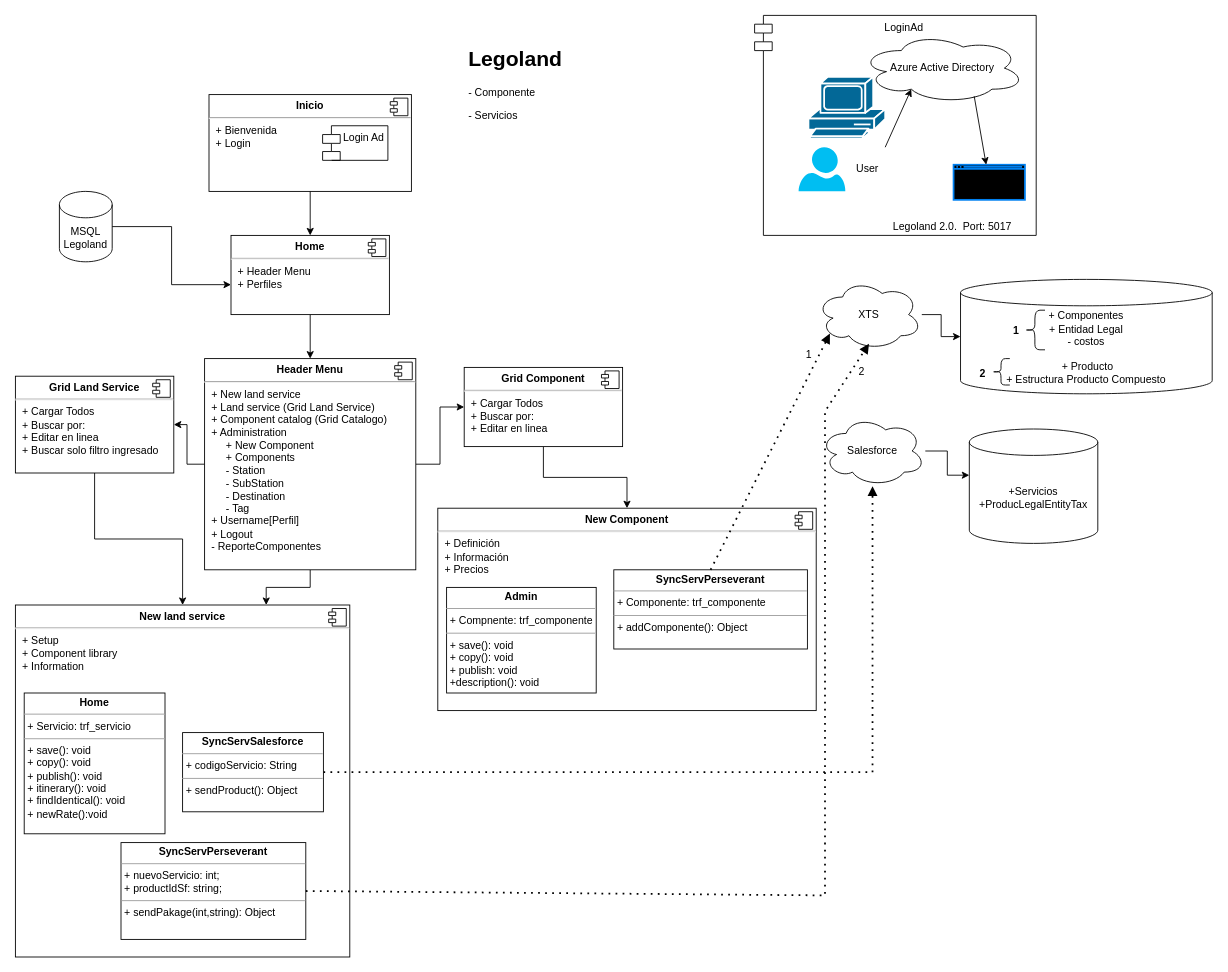
Above: Legoland2.drawio in TecladoZurdo/UML (draw.io), before the change. Source tidied: cells renumbered, new cells numbered last; positions are measured from the earlier drawing's top-left corner, leaving out a move shared by most shapes. Both pictures are drawn from the tidied source at 88%, with x=0, y=0 at pixel (15, 15).
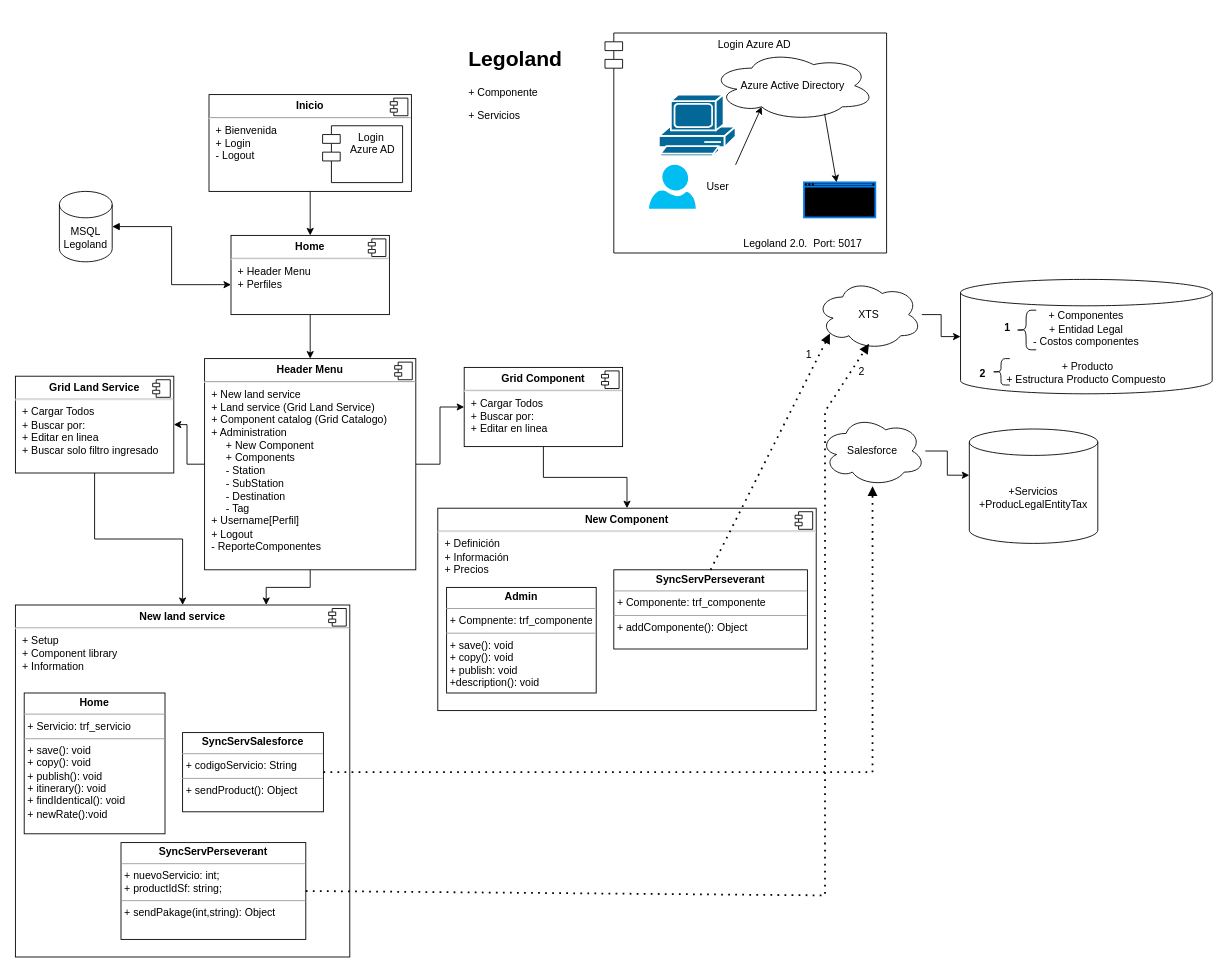
Above is the later version.

The change refers to these unchanged cells:
```xml
<mxCell id="2" value="MSQL&lt;br&gt;Legoland" style="shape=cylinder3;whiteSpace=wrap;html=1;boundedLbl=1;backgroundOutline=1;size=15;" parent="1" vertex="1">
  <mxGeometry x="50" y="200" width="60" height="80" as="geometry" />
</mxCell>
<mxCell id="3" style="group;" parent="1" vertex="1">
  <mxGeometry x="220" y="90" width="230" height="110" as="geometry" />
</mxCell>
<mxCell id="9" value="&lt;p style=&quot;margin:0px;margin-top:6px;text-align:center;&quot;&gt;&lt;b&gt;Home&lt;/b&gt;&lt;/p&gt;&lt;hr&gt;&lt;p style=&quot;margin:0px;margin-left:8px;&quot;&gt;+ Header Menu&lt;br&gt;&lt;/p&gt;&lt;p style=&quot;margin:0px;margin-left:8px;&quot;&gt;+ Perfiles&lt;/p&gt;" style="align=left;overflow=fill;html=1;whiteSpace=wrap;" parent="1" vertex="1">
  <mxGeometry x="245" y="250" width="180" height="90" as="geometry" />
</mxCell>
```

Diff of the diagram source:
```diff
@@
-    <mxCell id="4" value="&lt;p style=&quot;margin:0px;margin-top:6px;text-align:center;&quot;&gt;&lt;b&gt;Inicio&lt;/b&gt;&lt;/p&gt;&lt;hr&gt;&lt;p style=&quot;margin:0px;margin-left:8px;&quot;&gt;+ Bienvenida&lt;/p&gt;&lt;p style=&quot;margin:0px;margin-left:8px;&quot;&gt;+ Login&lt;/p&gt;" style="align=left;overflow=fill;html=1;whiteSpace=wrap;" parent="3" vertex="1">
+    <mxCell id="4" value="&lt;p style=&quot;margin:0px;margin-top:6px;text-align:center;&quot;&gt;&lt;b&gt;Inicio&lt;/b&gt;&lt;/p&gt;&lt;hr&gt;&lt;p style=&quot;margin:0px;margin-left:8px;&quot;&gt;+ Bienvenida&lt;/p&gt;&lt;p style=&quot;margin:0px;margin-left:8px;&quot;&gt;+ Login&lt;/p&gt;&lt;p style=&quot;margin:0px;margin-left:8px;&quot;&gt;- Logout&lt;/p&gt;" style="align=left;overflow=fill;html=1;whiteSpace=wrap;" parent="3" vertex="1">
       <mxGeometry width="230" height="110" as="geometry" />
     </mxCell>
@@
-    <mxCell id="6" value="Login Ad" style="shape=module;align=left;spacingLeft=20;align=center;verticalAlign=top;whiteSpace=wrap;html=1;" parent="3" vertex="1">
-      <mxGeometry x="129.1" y="35.4" width="74.2" height="39.3" as="geometry" />
+    <mxCell id="6" value="Login&lt;br&gt;&amp;nbsp;Azure AD" style="shape=module;align=left;spacingLeft=20;align=center;verticalAlign=top;whiteSpace=wrap;html=1;" parent="3" vertex="1">
+      <mxGeometry x="129.1" y="35.4" width="90.9" height="64.6" as="geometry" />
     </mxCell>
@@
-    <mxCell id="11" style="edgeStyle=orthogonalEdgeStyle;rounded=0;jettySize=auto;html=1;entryX=0;entryY=0.622;entryDx=0;entryDy=0;entryPerimeter=0;" parent="1" edge="1" source="2" target="9">
+    <mxCell id="11" style="edgeStyle=orthogonalEdgeStyle;rounded=0;jettySize=auto;html=1;entryX=0;entryY=0.622;entryDx=0;entryDy=0;entryPerimeter=0;startArrow=block;startFill=1;" parent="1" edge="1" source="2" target="9">
       <mxGeometry relative="1" as="geometry" />
     </mxCell>
@@
     <mxCell id="27" style="group;" parent="1" vertex="1">
-      <mxGeometry x="840" width="320" height="250" as="geometry" />
+      <mxGeometry x="670" y="20" width="320" height="250" as="geometry" />
     </mxCell>
-    <mxCell id="28" value="LoginAd" style="shape=module;align=left;spacingLeft=20;align=center;verticalAlign=top;whiteSpace=wrap;html=1;" parent="27" vertex="1">
+    <mxCell id="28" value="Login Azure AD" style="shape=module;align=left;spacingLeft=20;align=center;verticalAlign=top;whiteSpace=wrap;html=1;" parent="27" vertex="1">
       <mxGeometry width="320" height="250" as="geometry" />
     </mxCell>
@@
-    <mxCell id="43" value="+ Componentes&lt;br&gt;+ Entidad Legal&lt;br&gt;- costos&lt;br&gt;&lt;br&gt;&amp;nbsp;+ Producto&lt;br&gt;+ Estructura Producto Compuesto" style="shape=cylinder3;whiteSpace=wrap;html=1;boundedLbl=1;backgroundOutline=1;size=15;" parent="1" vertex="1">
+    <mxCell id="43" value="+ Componentes&lt;br&gt;+ Entidad Legal&lt;br&gt;- Costos componentes&lt;br&gt;&lt;br&gt;&amp;nbsp;+ Producto&lt;br&gt;+ Estructura Producto Compuesto" style="shape=cylinder3;whiteSpace=wrap;html=1;boundedLbl=1;backgroundOutline=1;size=15;" parent="1" vertex="1">
       <mxGeometry x="1074" y="300" width="286" height="130" as="geometry" />
     </mxCell>
@@
-    <mxCell id="46" value="&lt;h1&gt;Legoland&lt;/h1&gt;&lt;p&gt;- Componente&lt;/p&gt;&lt;p&gt;- Servicios&lt;/p&gt;" style="text;html=1;strokeColor=none;fillColor=none;spacing=5;spacingTop=-20;whiteSpace=wrap;overflow=hidden;rounded=0;" parent="1" vertex="1">
+    <mxCell id="46" value="&lt;h1&gt;Legoland&lt;/h1&gt;&lt;p&gt;+ Componente&lt;/p&gt;&lt;p&gt;+ Servicios&lt;/p&gt;" style="text;html=1;strokeColor=none;fillColor=none;spacing=5;spacingTop=-20;whiteSpace=wrap;overflow=hidden;rounded=0;" parent="1" vertex="1">
       <mxGeometry x="510" y="30" width="190" height="100" as="geometry" />
     </mxCell>
@@
     <mxCell id="56" style="shape=curlyBracket;whiteSpace=wrap;html=1;rounded=1;labelPosition=left;verticalLabelPosition=middle;align=right;verticalAlign=middle;size=0.5;" parent="1" vertex="1">
-      <mxGeometry x="1147" y="335" width="23" height="45" as="geometry" />
+      <mxGeometry x="1137" y="335" width="23" height="45" as="geometry" />
     </mxCell>
@@
     <mxCell id="58" value="1" style="text;align=center;fontStyle=1;verticalAlign=middle;spacingLeft=3;spacingRight=3;strokeColor=none;html=1;" parent="1" vertex="1">
-      <mxGeometry x="1120" y="344.5" width="34" height="26" as="geometry" />
+      <mxGeometry x="1110" y="340" width="34" height="30.5" as="geometry" />
     </mxCell>
```
